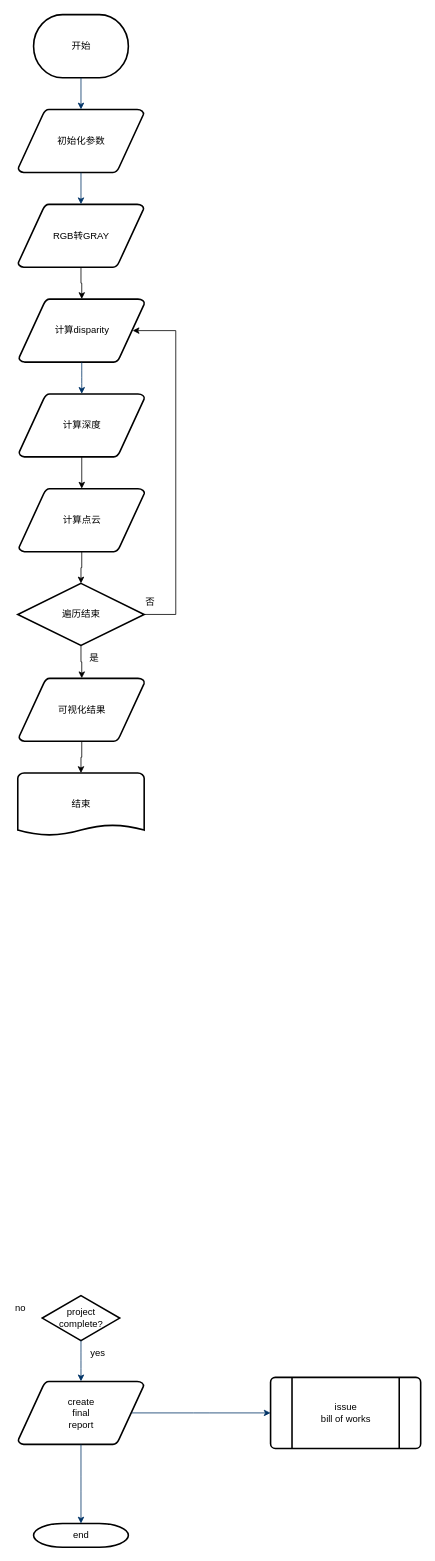
Earlier version of the draw.io diagram doc/Untitled Diagram.drawio (HuaYuXiao/easondrone_mapping). Source tidied: cells renumbered, new cells numbered last; positions are measured from the earlier drawing's top-left corner, leaving out a move shared by most shapes. Both pictures are drawn from the tidied source at 79%, with x=0, y=0 at pixel (13, 14).
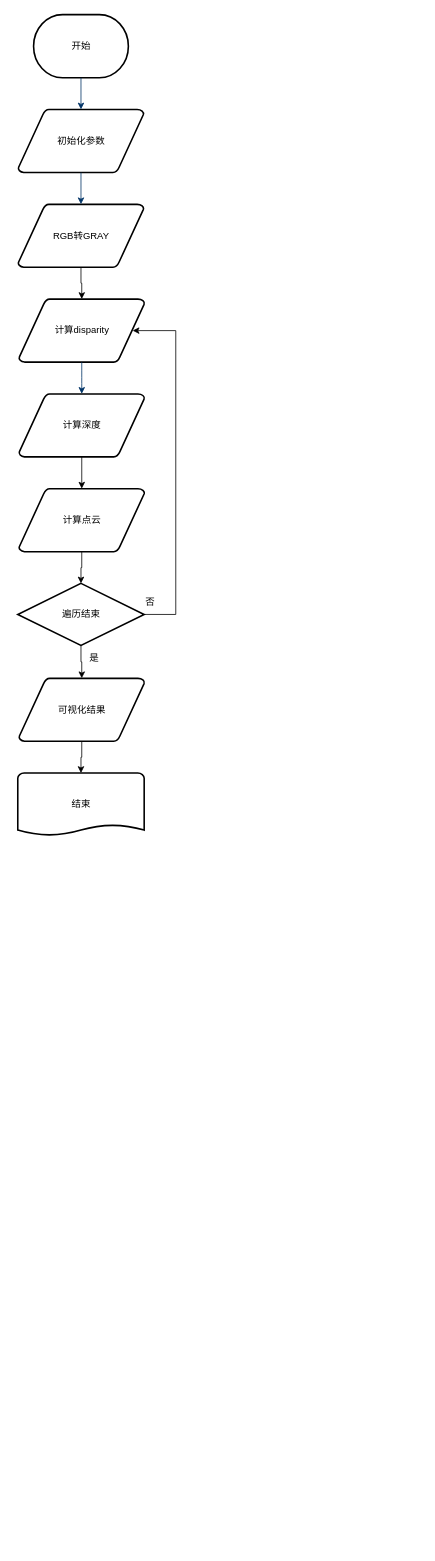
After the change.

What changed in the source:
```diff
@@
-    <mxCell id="15" value="project&#10;complete?" style="shape=mxgraph.flowchart.decision;strokeWidth=2;gradientColor=none;gradientDirection=north;fontStyle=0;html=1;" parent="1" vertex="1">
-      <mxGeometry x="36" y="1621.5" width="98" height="57" as="geometry" />
-    </mxCell>
-    <mxCell id="16" value="create&#10;final&#10;report" style="shape=mxgraph.flowchart.data;strokeWidth=2;gradientColor=none;gradientDirection=north;fontStyle=0;html=1;" parent="1" vertex="1">
-      <mxGeometry x="5.5" y="1730" width="159" height="80" as="geometry" />
-    </mxCell>
-    <mxCell id="17" value="issue&#10;bill of works" style="shape=mxgraph.flowchart.predefined_process;strokeWidth=2;gradientColor=none;gradientDirection=north;fontStyle=0;html=1;" parent="1" vertex="1">
-      <mxGeometry x="325" y="1725" width="190" height="90" as="geometry" />
-    </mxCell>
-    <mxCell id="18" value="end" style="shape=mxgraph.flowchart.terminator;strokeWidth=2;gradientColor=none;gradientDirection=north;fontStyle=0;html=1;" parent="1" vertex="1">
-      <mxGeometry x="25" y="1910" width="120" height="30" as="geometry" />
-    </mxCell>
-    <mxCell id="19" style="edgeStyle=elbowEdgeStyle;elbow=vertical;exitX=0.5;exitY=1;exitPerimeter=0;entryX=0.5;entryY=0;entryPerimeter=0;fontStyle=1;strokeColor=#003366;strokeWidth=1;html=1;" parent="1" edge="1" source="15" target="16">
-      <mxGeometry as="geometry" />
-    </mxCell>
-    <mxCell id="20" style="edgeStyle=elbowEdgeStyle;elbow=vertical;exitX=0.5;exitY=1;exitPerimeter=0;entryX=0.5;entryY=0;entryPerimeter=0;fontStyle=1;strokeColor=#003366;strokeWidth=1;html=1;" parent="1" edge="1" source="16" target="18">
-      <mxGeometry as="geometry" />
-    </mxCell>
-    <mxCell id="21" style="edgeStyle=elbowEdgeStyle;elbow=vertical;exitX=0.905;exitY=0.5;exitPerimeter=0;entryX=0;entryY=0.5;entryPerimeter=0;fontStyle=1;strokeColor=#003366;strokeWidth=1;html=1;" parent="1" edge="1" source="16" target="17">
-      <mxGeometry as="geometry" />
-    </mxCell>
@@
-    <mxCell id="23" value="yes" style="text;fontStyle=0;html=1;strokeColor=none;gradientColor=none;fillColor=none;strokeWidth=2;align=center;" parent="1" vertex="1">
-      <mxGeometry x="86" y="1680" width="40" height="26" as="geometry" />
-    </mxCell>
-    <mxCell id="24" value="no" style="text;fontStyle=0;html=1;strokeColor=none;gradientColor=none;fillColor=none;strokeWidth=2;" parent="1" vertex="1">
-      <mxGeometry y="1624" width="40" height="26" as="geometry" />
-    </mxCell>
```
